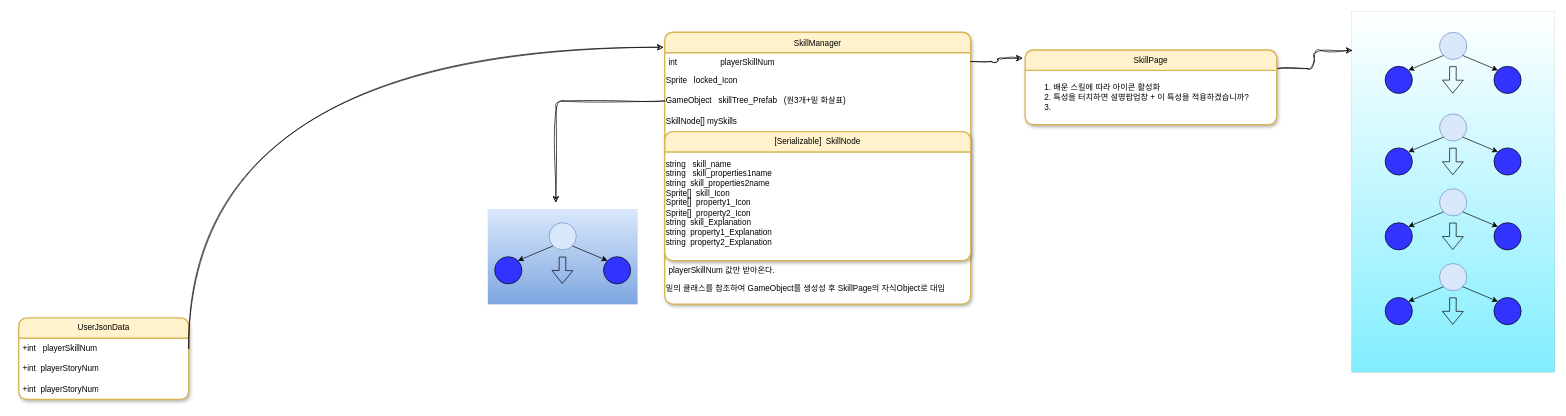
Earlier version of the draw.io diagram 2048Diagram.drawio (nilbace/2048Diagram). Source tidied: cells renumbered, new cells numbered last; positions are measured from the earlier drawing's top-left corner, leaving out a move shared by most shapes. Both pictures are drawn from the tidied source at 68%, with x=0, y=0 at pixel (18, 12).
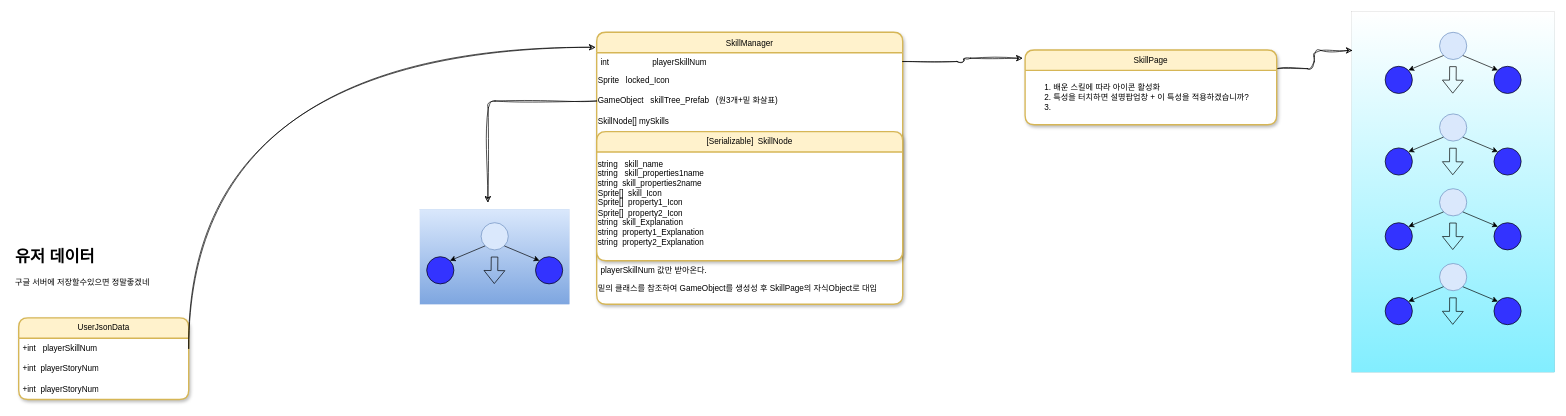
The same page after the edit.

What changed in the source:
```diff
@@
     <mxCell id="3" style="rounded=0;whiteSpace=wrap;html=1;fillColor=#dae8fc;strokeColor=#6c8ebf;gradientColor=#7EA6E0;strokeWidth=0;" parent="1" vertex="1">
-      <mxGeometry x="690" y="290" width="220" height="140" as="geometry" />
+      <mxGeometry x="590" y="290" width="220" height="140" as="geometry" />
     </mxCell>
     <mxCell id="4" value="SkillManager" style="swimlane;fontStyle=0;align=center;verticalAlign=middle;horizontal=1;startSize=30;rounded=1;shadow=1;strokeWidth=2;fillColor=#fff2cc;strokeColor=#d6b656;swimlaneFillColor=default;glass=0;" parent="1" vertex="1">
-      <mxGeometry x="950" y="30" width="450" height="400" as="geometry" />
+      <mxGeometry x="850" y="30" width="450" height="400" as="geometry" />
     </mxCell>
@@
     <mxCell id="18" style="ellipse;whiteSpace=wrap;html=1;fillColor=#dae8fc;strokeColor=#6c8ebf;" parent="1" vertex="1">
-      <mxGeometry x="780" y="310" width="40" height="40" as="geometry" />
+      <mxGeometry x="680" y="310" width="40" height="40" as="geometry" />
     </mxCell>
     <mxCell id="19" style="ellipse;whiteSpace=wrap;html=1;fillColor=#3333FF;" parent="1" vertex="1">
-      <mxGeometry x="700" y="360" width="40" height="40" as="geometry" />
+      <mxGeometry x="600" y="360" width="40" height="40" as="geometry" />
     </mxCell>
     <mxCell id="20" style="ellipse;whiteSpace=wrap;html=1;fillColor=#3333FF;" parent="1" vertex="1">
-      <mxGeometry x="860" y="360" width="40" height="40" as="geometry" />
+      <mxGeometry x="760" y="360" width="40" height="40" as="geometry" />
     </mxCell>
@@
     <mxCell id="23" style="shape=flexArrow;endArrow=classic;html=1;rounded=0;width=9.714285714285714;endSize=6.034285714285715;" parent="1" edge="1">
       <mxGeometry relative="1" as="geometry">
-        <mxPoint x="799.8" y="360" as="sourcePoint" />
-        <mxPoint x="799.4" y="400" as="targetPoint" />
+        <mxPoint x="699.8" y="360" as="sourcePoint" />
+        <mxPoint x="699.4" y="400" as="targetPoint" />
       </mxGeometry>
     </mxCell>
@@
+    <mxCell id="53" value="&lt;h1&gt;유저 데이터&lt;/h1&gt;&lt;p&gt;구글 서버에 저장할수있으면 정말좋겠네&lt;/p&gt;" style="text;html=1;strokeColor=none;fillColor=none;spacing=5;spacingTop=-20;whiteSpace=wrap;overflow=hidden;rounded=0;" parent="1" vertex="1">
+      <mxGeometry x="-10" y="340" width="260" height="200" as="geometry" />
+    </mxCell>
```
